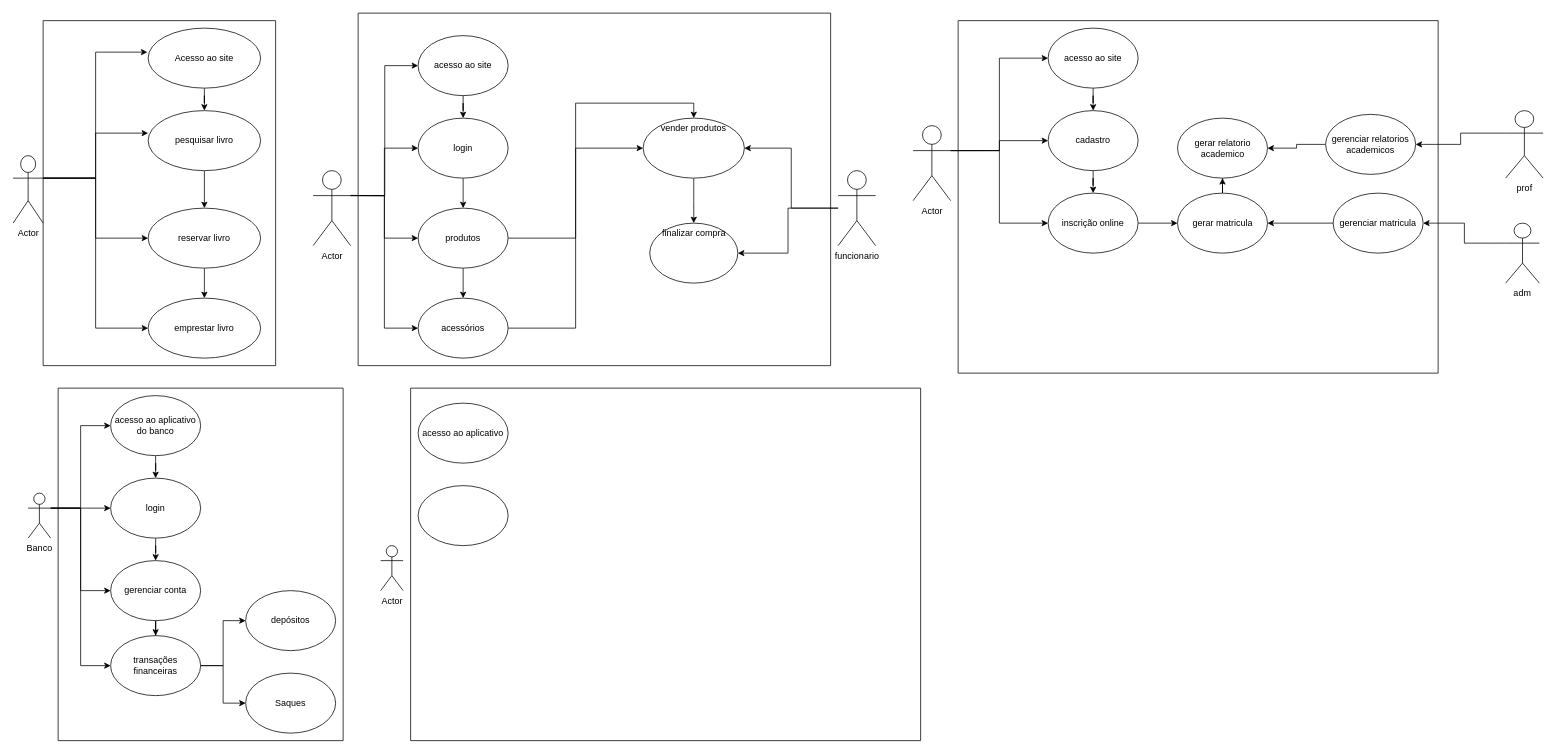
mthzn22/aulaBootstrap keeps this draw.io diagram as Diagrama sem nome.drawio. Above is the earlier version. Source tidied: cells renumbered, new cells numbered last; positions are measured from the earlier drawing's top-left corner, leaving out a move shared by most shapes. Both pictures are drawn from the tidied source at 75%, with x=0, y=0 at pixel (13, 13).
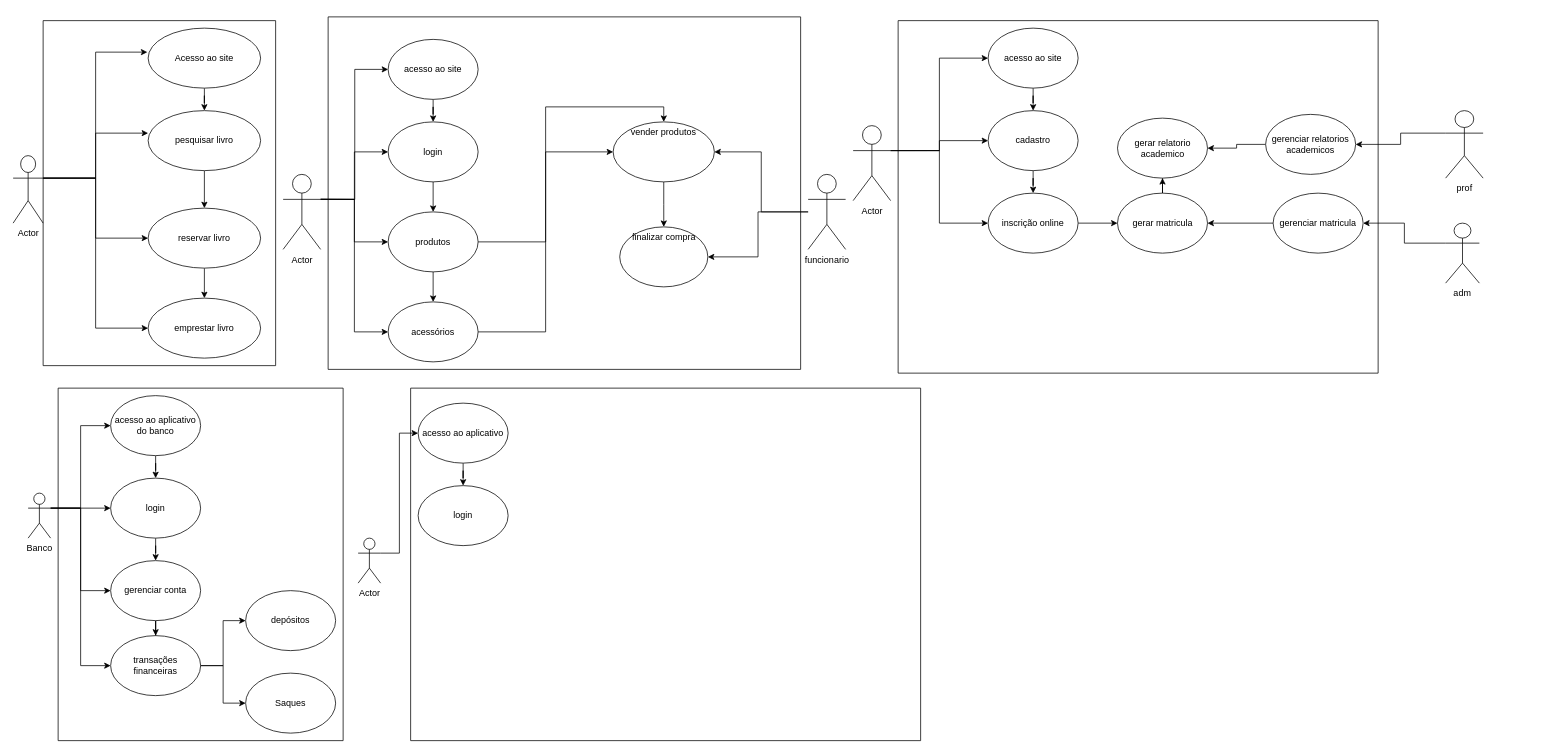
The same diagram, later.

The change refers to these unchanged cells:
```xml
<mxCell id="76" style="swimlane;startSize=0;" parent="1" vertex="1">
  <mxGeometry x="530" y="500" width="680" height="470" as="geometry" />
</mxCell>
<mxCell id="77" value="acesso ao aplicativo" style="ellipse;whiteSpace=wrap;html=1;" parent="76" vertex="1">
  <mxGeometry x="10" y="20" width="120" height="80" as="geometry" />
</mxCell>
```

The edit, as a diff of the source:
```diff
@@
     <mxCell id="14" style="edgeStyle=orthogonalEdgeStyle;rounded=0;jettySize=auto;html=1;entryX=0;entryY=0.5;entryDx=0;entryDy=0;" parent="1" edge="1" target="22">
       <mxGeometry relative="1" as="geometry">
-        <mxPoint x="450" y="243" as="sourcePoint" />
+        <mxPoint x="410" y="248" as="sourcePoint" />
       </mxGeometry>
     </mxCell>
@@
     <mxCell id="18" value="Actor" style="shape=umlActor;verticalLabelPosition=bottom;verticalAlign=top;html=1;outlineConnect=0;" parent="1" vertex="1">
-      <mxGeometry x="400" y="210" width="50" height="100" as="geometry" />
+      <mxGeometry x="360" y="215" width="50" height="100" as="geometry" />
     </mxCell>
@@
     <mxCell id="20" value="login" style="ellipse;whiteSpace=wrap;html=1;" parent="1" vertex="1">
-      <mxGeometry x="540" y="140" width="120" height="80" as="geometry" />
+      <mxGeometry x="500" y="145" width="120" height="80" as="geometry" />
     </mxCell>
@@
     <mxCell id="22" value="acesso ao site" style="ellipse;whiteSpace=wrap;html=1;" parent="1" vertex="1">
-      <mxGeometry x="540" y="30" width="120" height="80" as="geometry" />
+      <mxGeometry x="500" y="35" width="120" height="80" as="geometry" />
     </mxCell>
@@
     <mxCell id="25" value="funcionario" style="shape=umlActor;verticalLabelPosition=bottom;verticalAlign=top;html=1;outlineConnect=0;" parent="1" vertex="1">
-      <mxGeometry x="1100" y="210" width="50" height="100" as="geometry" />
+      <mxGeometry x="1060" y="215" width="50" height="100" as="geometry" />
     </mxCell>
@@
     <mxCell id="27" value="acessórios" style="ellipse;whiteSpace=wrap;html=1;" parent="1" vertex="1">
-      <mxGeometry x="540" y="380" width="120" height="80" as="geometry" />
+      <mxGeometry x="500" y="385" width="120" height="80" as="geometry" />
     </mxCell>
@@
     <mxCell id="30" value="produtos" style="ellipse;whiteSpace=wrap;html=1;" parent="1" vertex="1">
-      <mxGeometry x="540" y="260" width="120" height="80" as="geometry" />
+      <mxGeometry x="500" y="265" width="120" height="80" as="geometry" />
     </mxCell>
@@
     <mxCell id="32" value="vender produtos" style="ellipse;whiteSpace=wrap;html=1;verticalAlign=top;" parent="1" vertex="1">
-      <mxGeometry x="840" y="140" width="135" height="80" as="geometry" />
+      <mxGeometry x="800" y="145" width="135" height="80" as="geometry" />
     </mxCell>
     <mxCell id="33" value="finalizar compra" style="ellipse;whiteSpace=wrap;html=1;verticalAlign=top;" parent="1" vertex="1">
-      <mxGeometry x="848.8" y="280" width="117.5" height="80" as="geometry" />
+      <mxGeometry x="808.8" y="285" width="117.5" height="80" as="geometry" />
     </mxCell>
     <mxCell id="34" style="swimlane;startSize=0;" parent="1" vertex="1">
-      <mxGeometry x="460" width="630" height="470" as="geometry" />
+      <mxGeometry x="420" y="5" width="630" height="470" as="geometry" />
     </mxCell>
@@
     <mxCell id="36" style="swimlane;startSize=0;" parent="1" vertex="1">
-      <mxGeometry x="1260" y="10" width="640" height="470" as="geometry" />
+      <mxGeometry x="1180" y="10" width="640" height="470" as="geometry" />
     </mxCell>
@@
     <mxCell id="71" value="Actor" style="shape=umlActor;verticalLabelPosition=bottom;verticalAlign=top;html=1;outlineConnect=0;" parent="1" vertex="1">
-      <mxGeometry x="1200" y="150" width="50" height="100" as="geometry" />
+      <mxGeometry x="1120" y="150" width="50" height="100" as="geometry" />
     </mxCell>
@@
+    <mxCell id="79" style="edgeStyle=orthogonalEdgeStyle;rounded=0;jettySize=auto;html=1;exitX=1;exitY=0.3333333333333333;exitDx=0;exitDy=0;exitPerimeter=0;entryX=0;entryY=0.5;entryDx=0;entryDy=0;" parent="1" edge="1" source="75" target="77">
+      <mxGeometry relative="1" as="geometry" />
+    </mxCell>
     <mxCell id="75" value="Actor" style="shape=umlActor;verticalLabelPosition=bottom;verticalAlign=top;html=1;outlineConnect=0;" parent="1" vertex="1">
-      <mxGeometry x="490" y="710" width="30" height="60" as="geometry" />
+      <mxGeometry x="460" y="700" width="30" height="60" as="geometry" />
     </mxCell>
@@
+    <mxCell id="80" style="edgeStyle=orthogonalEdgeStyle;rounded=0;jettySize=auto;html=1;" parent="76" edge="1" source="77" target="78">
+      <mxGeometry relative="1" as="geometry" />
+    </mxCell>
@@
-    <mxCell id="78" style="ellipse;whiteSpace=wrap;html=1;" parent="76" vertex="1">
+    <mxCell id="78" value="login" style="ellipse;whiteSpace=wrap;html=1;" parent="76" vertex="1">
       <mxGeometry x="10" y="130" width="120" height="80" as="geometry" />
     </mxCell>
```
